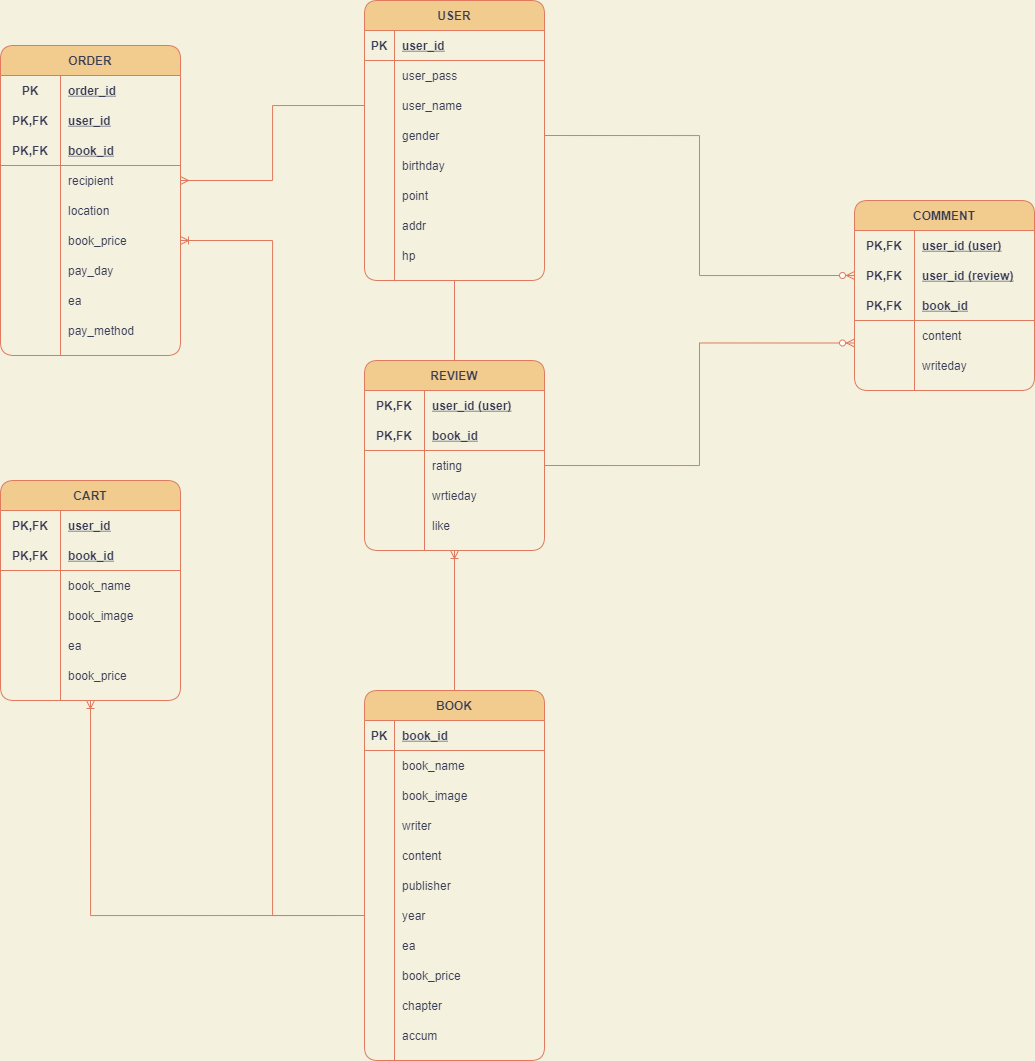
Above: erd.drawio.png in ansu7514/Semi_BookStore (draw.io), before the change. Source tidied: cells renumbered, new cells last; positions are measured from the earlier drawing's top-left corner, leaving out a move shared by most shapes.
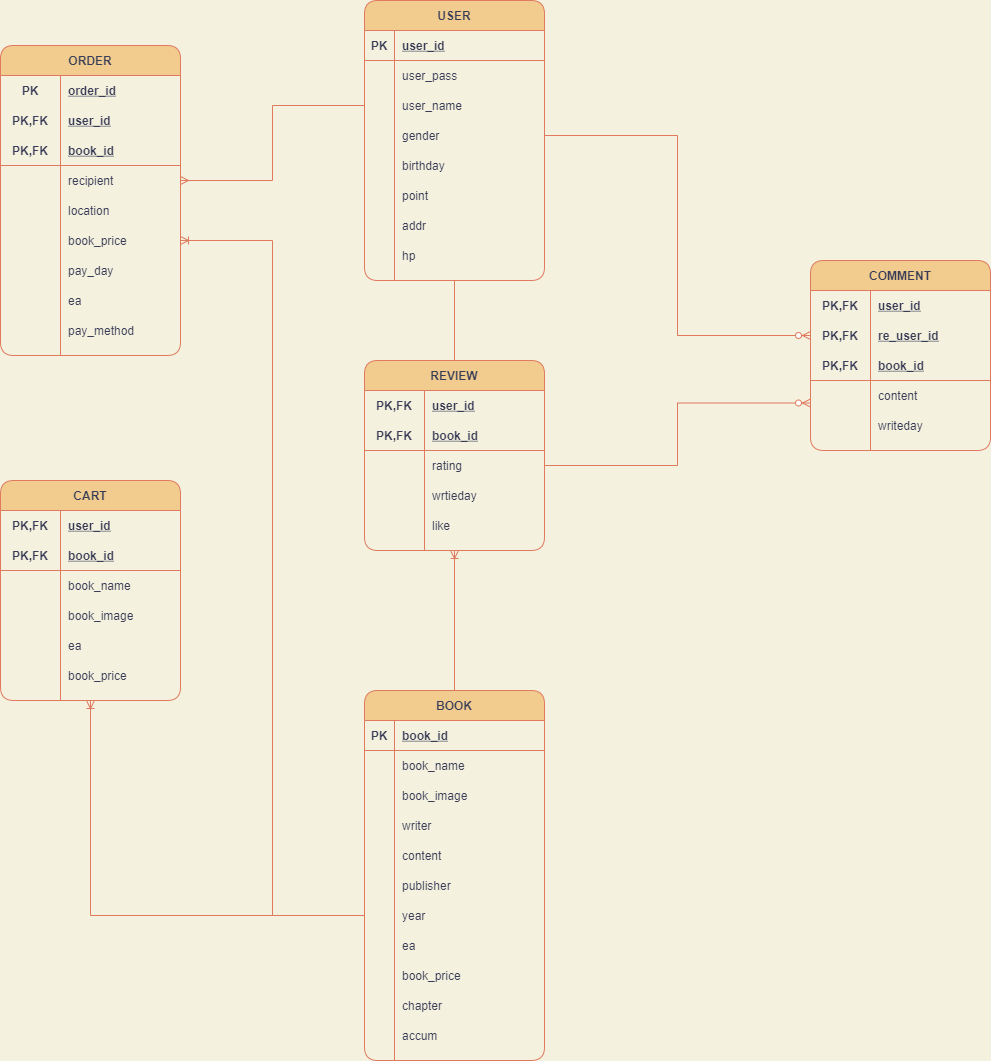
Later version of the same file.

Diff of the diagram source:
```diff
@@ -183,7 +183,7 @@
       <mxGeometry x="30" width="150" height="30" as="geometry" />
     </mxCell>
     <mxCell id="62" value="COMMENT" style="shape=table;startSize=30;rowLines=0;fontStyle=1;align=center;fontColor=#393C56;fillColor=#F2CC8F;strokeColor=#E07A5F;rounded=1;" parent="1" vertex="1">
-      <mxGeometry x="854" y="200" width="180" height="190" as="geometry" />
+      <mxGeometry x="810" y="260" width="180" height="190" as="geometry" />
     </mxCell>
     <mxCell id="63" style="shape=partialRectangle;fillColor=none;top=0;left=0;bottom=0;right=0;fontColor=#393C56;verticalAlign=middle;strokeColor=#E07A5F;rounded=1;" parent="62" vertex="1">
       <mxGeometry y="30" width="180" height="30" as="geometry" />
@@ -191,7 +191,7 @@
     <mxCell id="64" value="PK,FK" style="shape=partialRectangle;fillColor=none;top=0;left=0;bottom=0;right=0;fontStyle=1;overflow=hidden;fontColor=#393C56;verticalAlign=middle;strokeColor=#E07A5F;rounded=1;" parent="63" vertex="1">
       <mxGeometry width="60" height="30" as="geometry" />
     </mxCell>
-    <mxCell id="65" value="user_id (user)" style="shape=partialRectangle;fillColor=none;top=0;left=0;bottom=0;right=0;align=left;spacingLeft=6;fontStyle=5;overflow=hidden;fontColor=#393C56;strokeColor=#E07A5F;rounded=1;" parent="63" vertex="1">
+    <mxCell id="65" value="user_id" style="shape=partialRectangle;fillColor=none;top=0;left=0;bottom=0;right=0;align=left;spacingLeft=6;fontStyle=5;overflow=hidden;fontColor=#393C56;strokeColor=#E07A5F;rounded=1;" parent="63" vertex="1">
       <mxGeometry x="60" width="120" height="30" as="geometry" />
     </mxCell>
     <mxCell id="66" style="shape=partialRectangle;fillColor=none;top=0;left=0;bottom=0;right=0;points=[[0,0.5],[1,0.5]];portConstraint=eastwest;fontColor=#393C56;verticalAlign=middle;strokeColor=#E07A5F;rounded=1;" parent="62" vertex="1">
@@ -200,7 +200,7 @@
     <mxCell id="67" value="PK,FK" style="shape=partialRectangle;fillColor=none;top=0;left=0;bottom=0;right=0;fontStyle=1;overflow=hidden;fontColor=#393C56;verticalAlign=middle;strokeColor=#E07A5F;rounded=1;" parent="66" vertex="1">
       <mxGeometry width="60" height="30" as="geometry" />
     </mxCell>
-    <mxCell id="68" value="user_id (review)" style="shape=partialRectangle;fillColor=none;top=0;left=0;bottom=0;right=0;align=left;spacingLeft=6;fontStyle=5;overflow=hidden;fontColor=#393C56;strokeColor=#E07A5F;rounded=1;" parent="66" vertex="1">
+    <mxCell id="68" value="re_user_id" style="shape=partialRectangle;fillColor=none;top=0;left=0;bottom=0;right=0;align=left;spacingLeft=6;fontStyle=5;overflow=hidden;fontColor=#393C56;strokeColor=#E07A5F;rounded=1;" parent="66" vertex="1">
       <mxGeometry x="60" width="120" height="30" as="geometry" />
     </mxCell>
     <mxCell id="69" style="shape=partialRectangle;fillColor=none;top=0;left=0;bottom=1;right=0;fontColor=#393C56;verticalAlign=middle;strokeColor=#E07A5F;rounded=1;" parent="62" vertex="1">
@@ -239,7 +239,7 @@
     <mxCell id="80" value="PK,FK" style="shape=partialRectangle;fillColor=none;top=0;left=0;bottom=0;right=0;fontStyle=1;overflow=hidden;rounded=1;fontColor=#393C56;strokeColor=#E07A5F;" parent="79" vertex="1">
       <mxGeometry width="60" height="30" as="geometry" />
     </mxCell>
-    <mxCell id="81" value="user_id (user)" style="shape=partialRectangle;fillColor=none;top=0;left=0;bottom=0;right=0;align=left;spacingLeft=6;fontStyle=5;overflow=hidden;rounded=1;fontColor=#393C56;strokeColor=#E07A5F;" parent="79" vertex="1">
+    <mxCell id="81" value="user_id" style="shape=partialRectangle;fillColor=none;top=0;left=0;bottom=0;right=0;align=left;spacingLeft=6;fontStyle=5;overflow=hidden;rounded=1;fontColor=#393C56;strokeColor=#E07A5F;" parent="79" vertex="1">
       <mxGeometry x="60" width="120" height="30" as="geometry" />
     </mxCell>
     <mxCell id="82" style="shape=partialRectangle;fillColor=none;top=0;left=0;bottom=1;right=0;rounded=1;fontColor=#393C56;strokeColor=#E07A5F;" parent="78" vertex="1">
```
